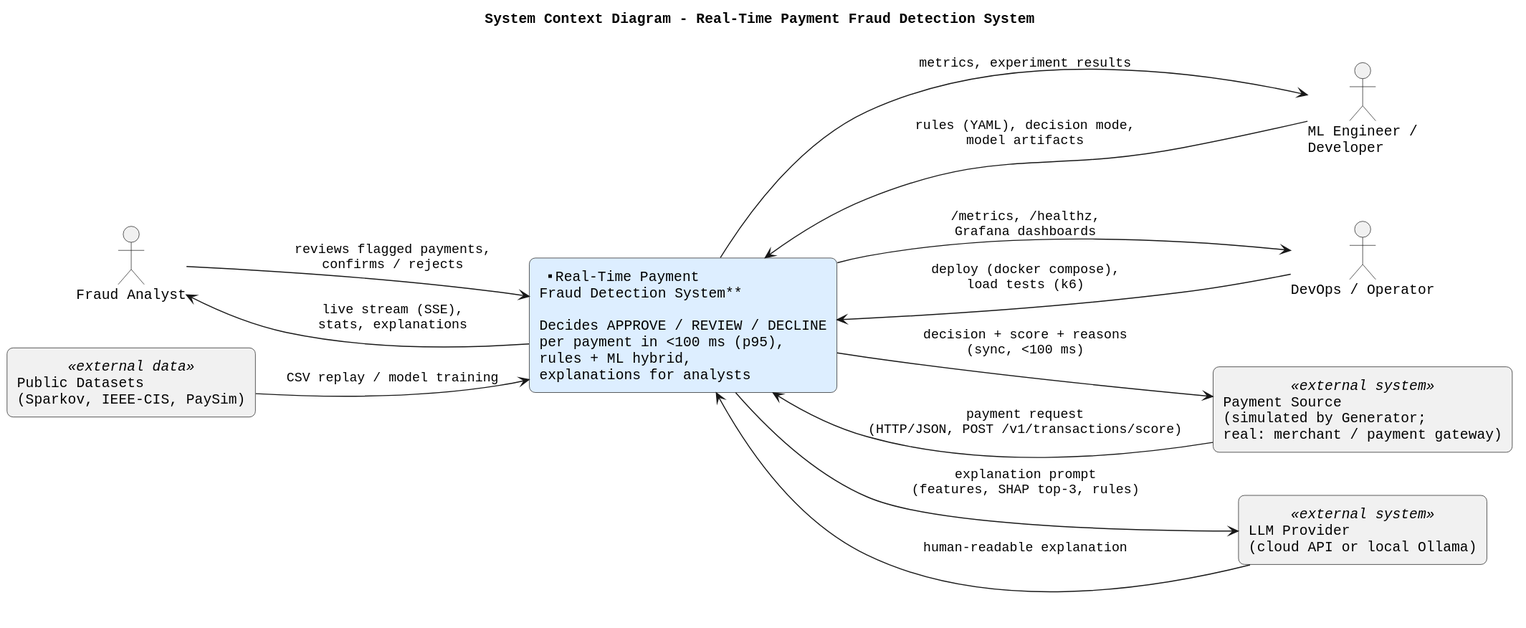
Earlier version of the PlantUML export architecture/01_system_context.svg (Akniyeet/payment-fraud-detection-system).
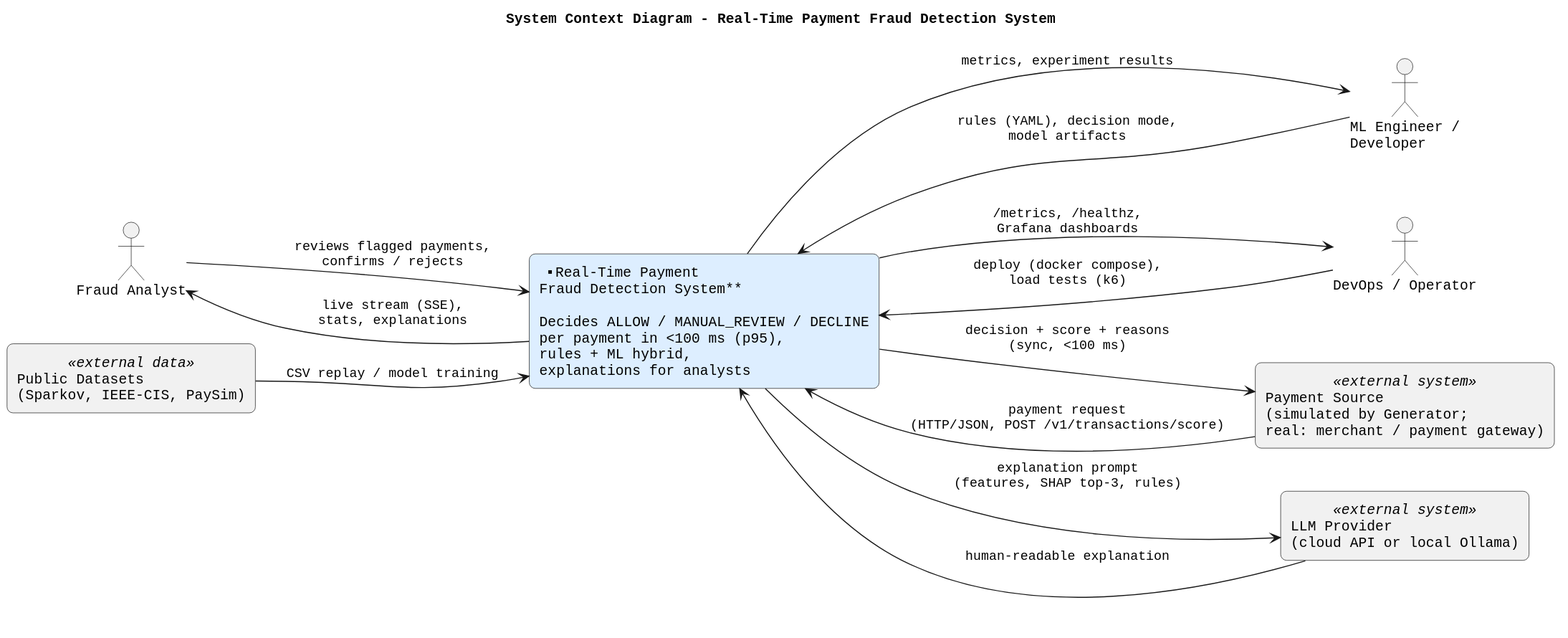
The same file after the commit.

Change to the diagram source:
```diff
@@ -15,7 +15,7 @@
 rectangle "LLM Provider\n(cloud API or local Ollama)" as llm <<external system>>
 rectangle "Public Datasets\n(Sparkov, IEEE-CIS, PaySim)" as ds <<external data>>
 
-rectangle "**Real-Time Payment\nFraud Detection System**\n\nDecides APPROVE / REVIEW / DECLINE\nper payment in <100 ms (p95),\nrules + ML hybrid,\nexplanations for analysts" as sys #DDEEFF
+rectangle "**Real-Time Payment\nFraud Detection System**\n\nDecides ALLOW / MANUAL_REVIEW / DECLINE\nper payment in <100 ms (p95),\nrules + ML hybrid,\nexplanations for analysts" as sys #DDEEFF
 
 src --> sys : payment request\n(HTTP/JSON, POST /v1/transactions/score)
 sys --> src : decision + score + reasons\n(sync, <100 ms)
```
